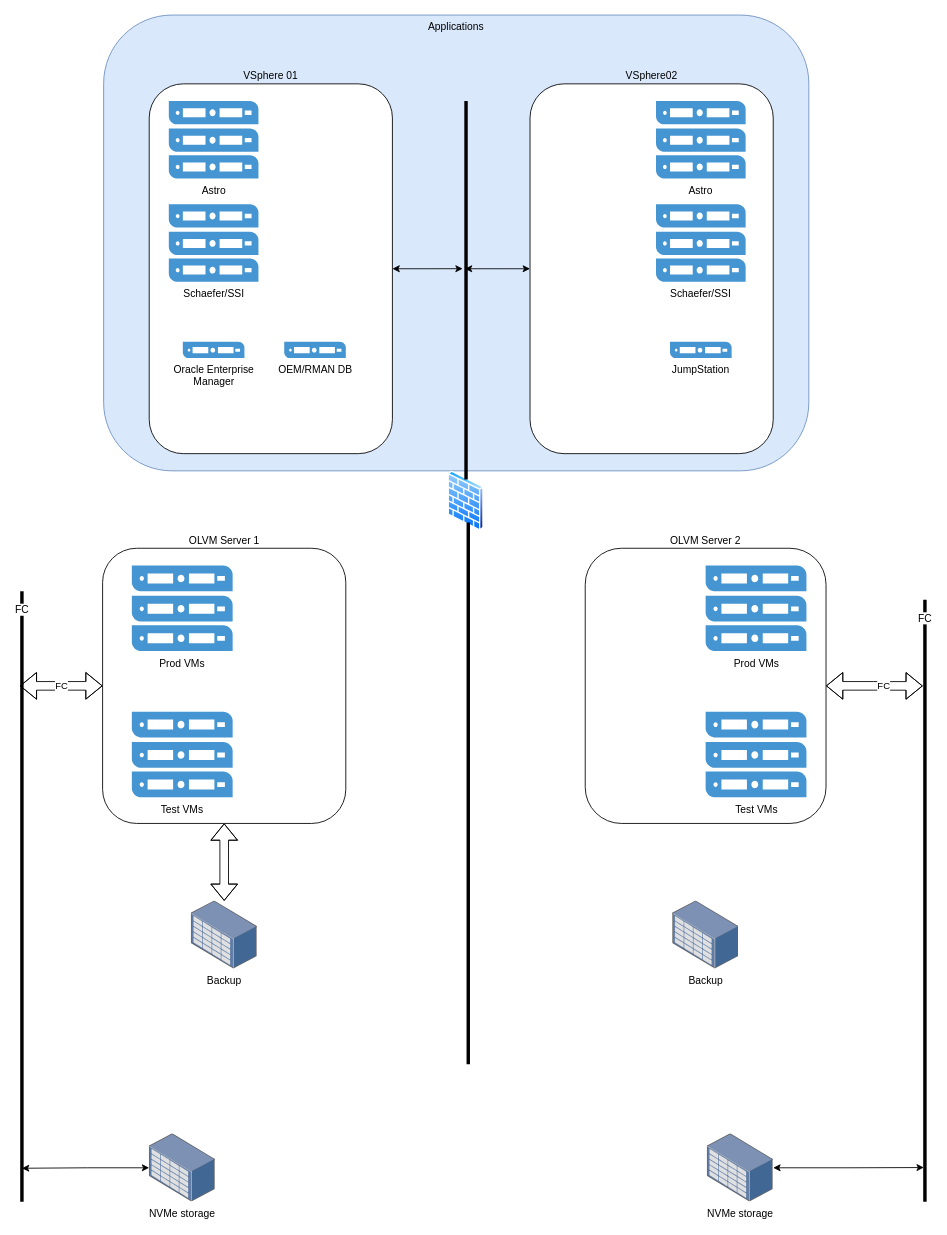
This is db-overview.drawio from lhirdman/log4, a draw.io file, before an edit. Source tidied: cells renumbered, new cells numbered last; positions are measured from the earlier drawing's top-left corner, leaving out a move shared by most shapes. Both pictures are drawn from the tidied source at 86%, with x=0, y=0 at pixel (17, 15).
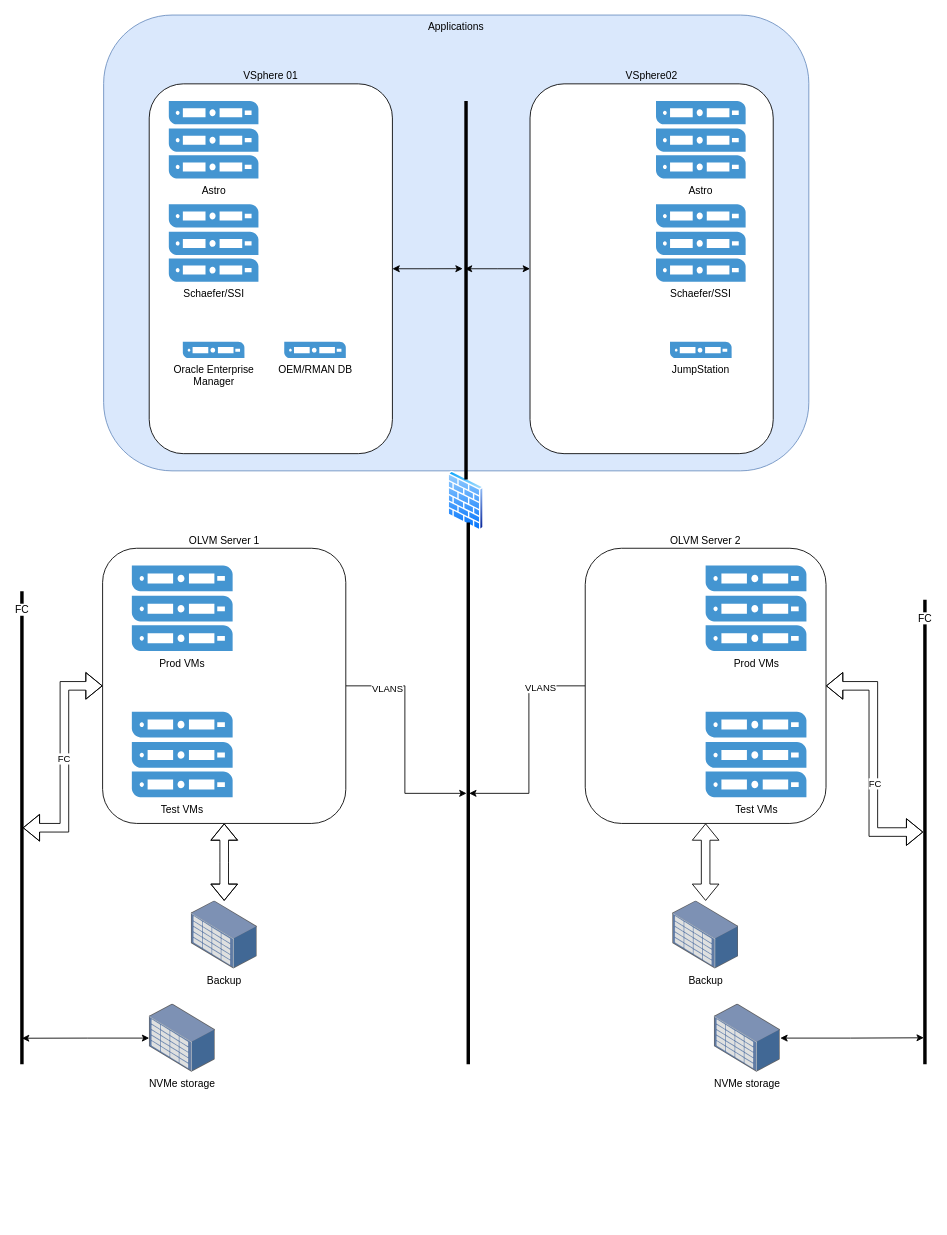
The same diagram, later.

Unchanged cells that the change refers to:
```xml
<mxCell id="5" value="OLVM Server 1" style="rounded=1;whiteSpace=wrap;html=1;verticalAlign=bottom;labelPosition=center;verticalLabelPosition=top;align=center;arcSize=14;" parent="1" vertex="1">
  <mxGeometry x="98.8" y="620" width="282.8" height="320" as="geometry" />
</mxCell>
<mxCell id="10" value="OLVM Server 2" style="rounded=1;whiteSpace=wrap;html=1;verticalAlign=bottom;labelPosition=center;verticalLabelPosition=top;align=center;" parent="1" vertex="1">
  <mxGeometry x="660" y="620" width="280" height="320" as="geometry" />
</mxCell>
<mxCell id="26" style="line;strokeWidth=4;direction=south;html=1;perimeter=backbonePerimeter;points=[];outlineConnect=0;fillColor=#000000;" parent="1" vertex="1">
  <mxGeometry x="519" y="590" width="10" height="630" as="geometry" />
</mxCell>
```

What changed in the source:
```diff
@@
-    <mxCell id="3" value="FC" style="edgeStyle=orthogonalEdgeStyle;rounded=0;jettySize=auto;html=1;entryX=0.155;entryY=0.75;entryDx=0;entryDy=0;entryPerimeter=0;startArrow=classic;startFill=1;strokeColor=default;shape=flexArrow;" parent="1" edge="1" source="5" target="17">
+    <mxCell id="3" value="FC" style="edgeStyle=orthogonalEdgeStyle;rounded=0;jettySize=auto;html=1;startArrow=classic;startFill=1;strokeColor=default;shape=flexArrow;" parent="1" edge="1" source="5" target="17">
       <mxGeometry relative="1" as="geometry" />
     </mxCell>
@@
+    <mxCell id="35" style="edgeStyle=orthogonalEdgeStyle;rounded=0;jettySize=auto;html=1;" parent="1" edge="1" source="5" target="26">
+      <mxGeometry relative="1" as="geometry" />
+    </mxCell>
+    <mxCell id="36" value="VLANS" style="edgeLabel;html=1;align=center;verticalAlign=middle;" parent="35" vertex="1">
+      <mxGeometry x="-0.64" y="-3" relative="1" as="geometry" />
+    </mxCell>
@@
-    <mxCell id="8" style="edgeStyle=orthogonalEdgeStyle;rounded=0;jettySize=auto;html=1;entryX=0.143;entryY=0.75;entryDx=0;entryDy=0;entryPerimeter=0;startArrow=classic;startFill=1;strokeColor=default;shape=flexArrow;verticalAlign=bottom;labelPosition=center;verticalLabelPosition=top;align=center;horizontal=1;" parent="1" edge="1" source="10" target="18">
+    <mxCell id="8" style="edgeStyle=orthogonalEdgeStyle;rounded=0;jettySize=auto;html=1;startArrow=classic;startFill=1;strokeColor=default;shape=flexArrow;verticalAlign=bottom;labelPosition=center;verticalLabelPosition=top;align=center;horizontal=1;" parent="1" edge="1" source="10" target="18">
       <mxGeometry relative="1" as="geometry" />
     </mxCell>
@@
+    <mxCell id="37" style="edgeStyle=orthogonalEdgeStyle;rounded=0;jettySize=auto;html=1;" parent="1" edge="1" source="10" target="26">
+      <mxGeometry relative="1" as="geometry" />
+    </mxCell>
+    <mxCell id="38" value="VLANS" style="edgeLabel;html=1;align=center;verticalAlign=middle;" parent="37" vertex="1">
+      <mxGeometry x="-0.59" y="1" relative="1" as="geometry" />
+    </mxCell>
@@
     <mxCell id="17" value="FC" style="line;strokeWidth=4;direction=south;html=1;perimeter=backbonePerimeter;points=[];outlineConnect=0;fillColor=#000000;" parent="1" vertex="1">
-      <mxGeometry y="670" width="10" height="710" as="geometry" />
+      <mxGeometry y="670" width="10" height="550" as="geometry" />
     </mxCell>
     <mxCell id="18" value="FC" style="line;strokeWidth=4;direction=south;html=1;perimeter=backbonePerimeter;points=[];outlineConnect=0;fillColor=#000000;" parent="1" vertex="1">
-      <mxGeometry x="1050" y="680" width="10" height="700" as="geometry" />
+      <mxGeometry x="1050" y="680" width="10" height="540" as="geometry" />
     </mxCell>
@@
     <mxCell id="23" value="NVMe storage" style="points=[];html=1;align=center;shadow=0;dashed=0;image;image=img/lib/allied_telesis/storage/Datacenter_Server_Storage_Unit_Large.svg;fillColor=#000000;" parent="1" vertex="1">
-      <mxGeometry x="153" y="1300.8" width="76.8" height="79.2" as="geometry" />
+      <mxGeometry x="153" y="1150" width="76.8" height="79.2" as="geometry" />
     </mxCell>
@@
     <mxCell id="25" value="NVMe storage" style="points=[];html=1;align=center;shadow=0;dashed=0;image;image=img/lib/allied_telesis/storage/Datacenter_Server_Storage_Unit_Large.svg;fillColor=#000000;" parent="1" vertex="1">
-      <mxGeometry x="801.8" y="1300.8" width="76.8" height="79.2" as="geometry" />
+      <mxGeometry x="810" y="1150" width="76.8" height="79.2" as="geometry" />
     </mxCell>
@@
+    <mxCell id="39" style="edgeStyle=orthogonalEdgeStyle;shape=flexArrow;rounded=0;orthogonalLoop=1;jettySize=auto;html=1;exitX=0.5;exitY=1;exitDx=0;exitDy=0;startArrow=block;" parent="1" edge="1">
+      <mxGeometry relative="1" as="geometry">
+        <mxPoint x="800" y="940" as="sourcePoint" />
+        <mxPoint x="800" y="1030" as="targetPoint" />
+      </mxGeometry>
+    </mxCell>
```
